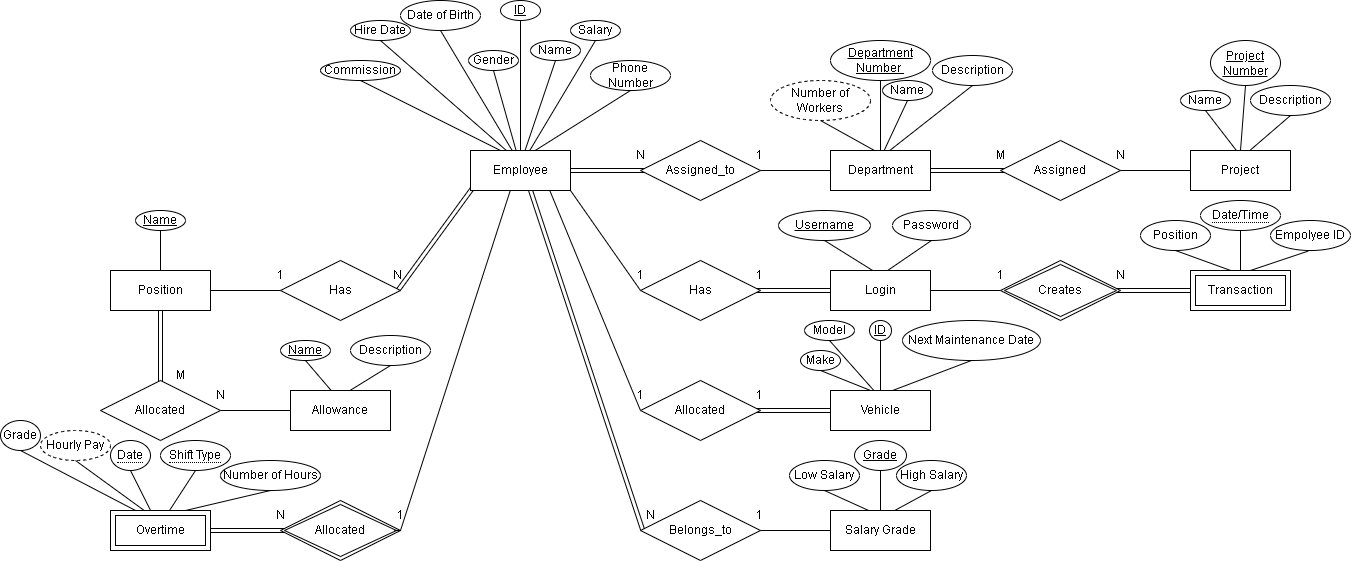
Above: Phase 1/ERD.drawio.png in AhmedElkhashn/DB-project (draw.io), before the change. Source tidied: cells renumbered, new cells last; positions are measured from the earlier drawing's top-left corner, leaving out a move shared by most shapes.
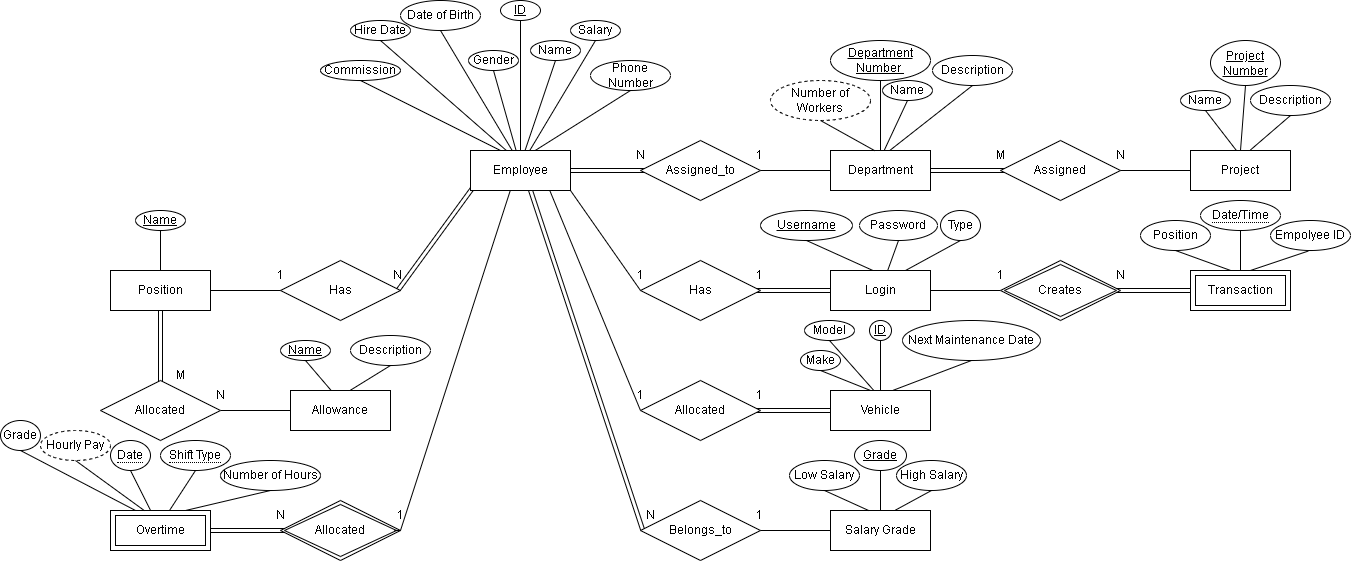
After the change.

What changed in the source:
```diff
@@ -199,10 +199,10 @@
       <mxGeometry relative="1" as="geometry" />
     </mxCell>
     <mxCell id="62" value="Password" style="ellipse;whiteSpace=wrap;html=1;align=center;" parent="1" vertex="1">
-      <mxGeometry x="892" y="210" width="78" height="30" as="geometry" />
+      <mxGeometry x="859" y="210" width="78" height="30" as="geometry" />
     </mxCell>
     <mxCell id="63" value="Username" style="ellipse;whiteSpace=wrap;html=1;align=center;fontStyle=4;" parent="1" vertex="1">
-      <mxGeometry x="778" y="210" width="92" height="30" as="geometry" />
+      <mxGeometry x="760" y="210" width="92" height="30" as="geometry" />
     </mxCell>
     <mxCell id="64" style="endArrow=none;html=1;rounded=0;exitX=0.5;exitY=1;exitDx=0;exitDy=0;entryX=0.417;entryY=-0.008;entryDx=0;entryDy=0;entryPerimeter=0;" parent="1" edge="1" source="63" target="19">
       <mxGeometry relative="1" as="geometry" />
@@ -406,5 +406,11 @@
     <mxCell id="127" style="endArrow=none;html=1;rounded=0;entryX=0.5;entryY=1;entryDx=0;entryDy=0;exitX=0.25;exitY=0;exitDx=0;exitDy=0;" parent="1" edge="1" source="30" target="126">
       <mxGeometry relative="1" as="geometry" />
     </mxCell>
+    <mxCell id="128" value="Type" style="ellipse;whiteSpace=wrap;html=1;align=center;" parent="1" vertex="1">
+      <mxGeometry x="940" y="210" width="40" height="30" as="geometry" />
+    </mxCell>
+    <mxCell id="129" style="endArrow=none;html=1;rounded=0;exitX=0.75;exitY=0;exitDx=0;exitDy=0;entryX=0.5;entryY=1;entryDx=0;entryDy=0;" parent="1" edge="1" source="19" target="128">
+      <mxGeometry relative="1" as="geometry" />
+    </mxCell>
   </root>
 </mxGraphModel>
```
